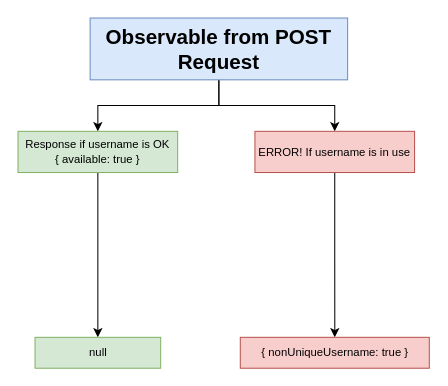
Above: page "11 - post" (11 of 14) of diagrams/auth/diagrams.drawio in StephenGrider/ng-casts (draw.io), before the change. Source tidied: cells renumbered, new cells numbered last; positions are measured from the earlier drawing's top-left corner, leaving out a move shared by most shapes. Both pictures are drawn from the tidied source at 103%, with x=0, y=0 at pixel (18, 18).
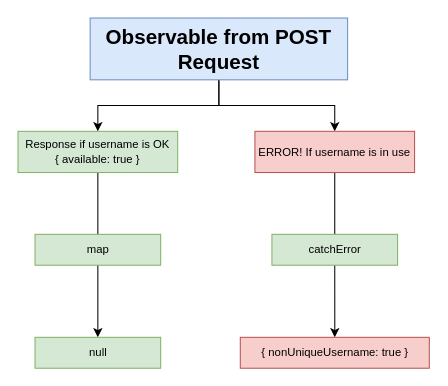
After the change.

What changed in the source:
```diff
@@
 <mxGraphModel>
   <root>
     <mxCell id="0" />
     <mxCell id="1" parent="0" />
     <mxCell id="2" style="edgeStyle=orthogonalEdgeStyle;rounded=0;jettySize=auto;html=1;exitX=0.5;exitY=1;exitDx=0;exitDy=0;fontSize=20;" parent="1" edge="1" source="4" target="6">
       <mxGeometry relative="1" as="geometry" />
     </mxCell>
     <mxCell id="3" style="edgeStyle=orthogonalEdgeStyle;rounded=0;jettySize=auto;html=1;exitX=0.5;exitY=1;exitDx=0;exitDy=0;fontSize=11;" parent="1" edge="1" source="4" target="8">
       <mxGeometry relative="1" as="geometry" />
     </mxCell>
     <mxCell id="4" value="Observable from POST Request" style="rounded=0;whiteSpace=wrap;html=1;fontSize=20;align=center;fillColor=#dae8fc;strokeColor=#6c8ebf;fontStyle=1;" parent="1" vertex="1">
       <mxGeometry x="70" width="250" height="60" as="geometry" />
     </mxCell>
     <mxCell id="5" style="edgeStyle=orthogonalEdgeStyle;rounded=0;jettySize=auto;html=1;exitX=0.5;exitY=1;exitDx=0;exitDy=0;fontSize=11;" parent="1" edge="1" source="6" target="9">
       <mxGeometry relative="1" as="geometry" />
     </mxCell>
     <mxCell id="6" value="Response if username is OK&lt;br&gt;{ available: true }" style="rounded=0;whiteSpace=wrap;html=1;fontSize=11;align=center;fillColor=#d5e8d4;strokeColor=#82b366;" parent="1" vertex="1">
       <mxGeometry y="110" width="155" height="40" as="geometry" />
     </mxCell>
     <mxCell id="7" style="edgeStyle=orthogonalEdgeStyle;rounded=0;jettySize=auto;html=1;exitX=0.5;exitY=1;exitDx=0;exitDy=0;entryX=0.5;entryY=0;entryDx=0;entryDy=0;fontSize=11;" parent="1" edge="1" source="8" target="10">
       <mxGeometry relative="1" as="geometry" />
     </mxCell>
     <mxCell id="8" value="ERROR! If username is in use" style="rounded=0;whiteSpace=wrap;html=1;fontSize=11;align=center;fillColor=#f8cecc;strokeColor=#b85450;" parent="1" vertex="1">
       <mxGeometry x="230" y="110" width="155" height="40" as="geometry" />
     </mxCell>
     <mxCell id="9" value="null" style="rounded=0;whiteSpace=wrap;html=1;fontSize=11;align=center;fillColor=#d5e8d4;strokeColor=#82b366;" parent="1" vertex="1">
       <mxGeometry x="16.5" y="310" width="122" height="30" as="geometry" />
     </mxCell>
     <mxCell id="10" value="{ nonUniqueUsername: true }" style="rounded=0;whiteSpace=wrap;html=1;fontSize=11;align=center;fillColor=#f8cecc;strokeColor=#b85450;" parent="1" vertex="1">
       <mxGeometry x="215.8" y="310" width="183.5" height="30" as="geometry" />
     </mxCell>
+    <mxCell id="11" value="map" style="rounded=0;whiteSpace=wrap;html=1;fontSize=11;align=center;fillColor=#d5e8d4;strokeColor=#82b366;" parent="1" vertex="1">
+      <mxGeometry x="16.5" y="210" width="122" height="30" as="geometry" />
+    </mxCell>
+    <mxCell id="12" value="catchError" style="rounded=0;whiteSpace=wrap;html=1;fontSize=11;align=center;fillColor=#d5e8d4;strokeColor=#82b366;" parent="1" vertex="1">
+      <mxGeometry x="246.5" y="210" width="122" height="30" as="geometry" />
+    </mxCell>
   </root>
 </mxGraphModel>
```
